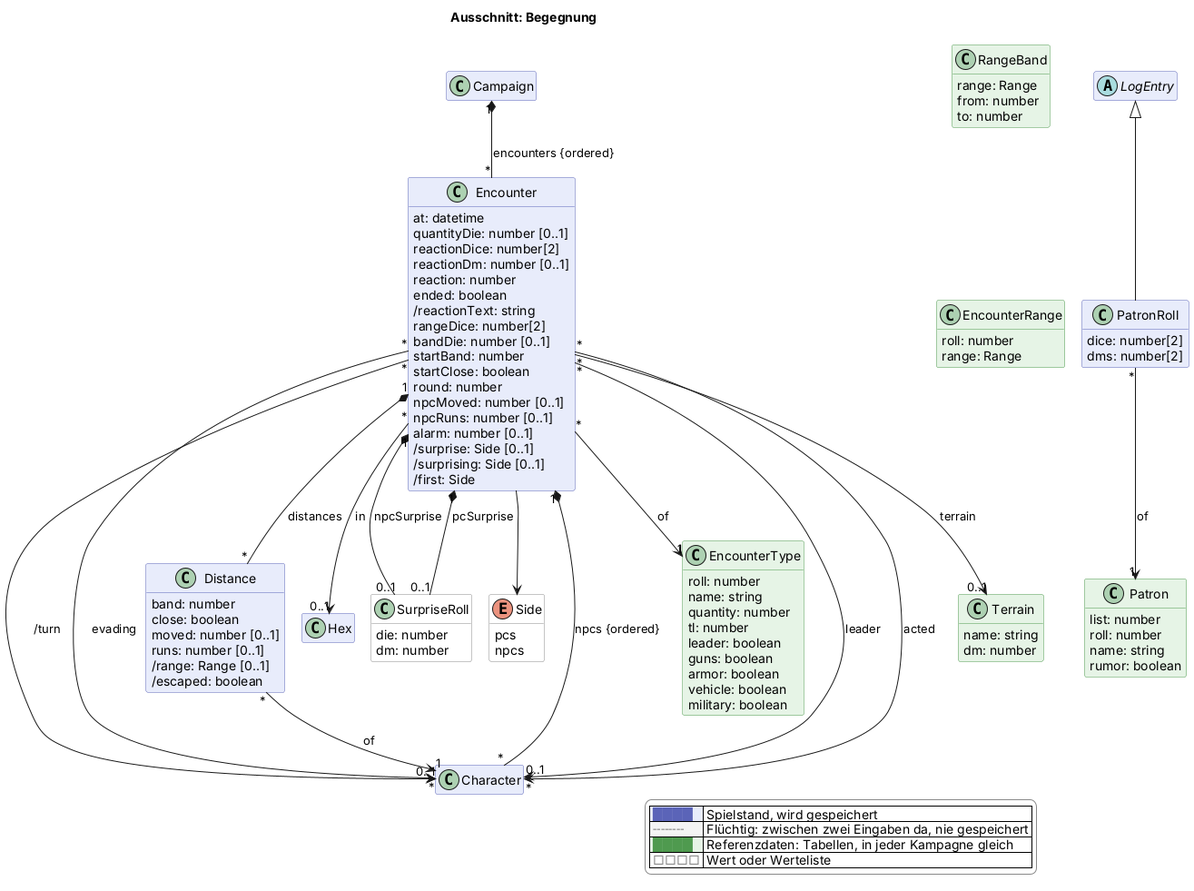
This is docs/views/begegnung.png from scuzzar/SRE, a PlantUML export, as it was before one commit.
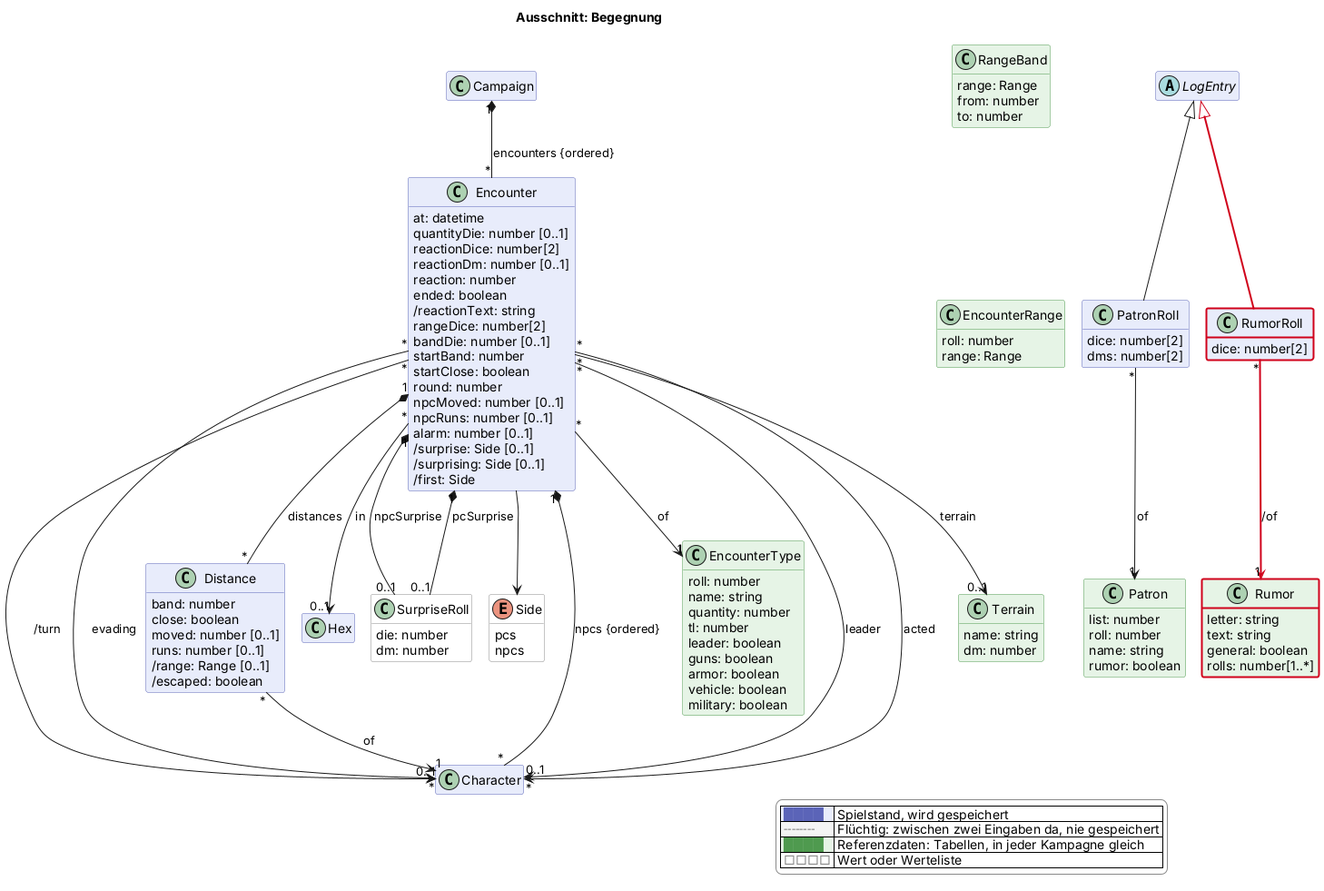
After the change.

Diff of the diagram source:
```diff
@@ -77,6 +77,9 @@
     dice: number[2]
     dms: number[2]
   }
+  class RumorRoll $begegnung $newClass("2026-11-12b") {
+    dice: number[2]
+  }
 
   class Encounter $begegnung {
     at: datetime
@@ -144,6 +147,12 @@
     name: string
     rumor: boolean
   }
+  class Rumor <<reference>> $begegnung $newClass("2026-11-12b") {
+    letter: string
+    text: string
+    general: boolean
+    rolls: number[1..*]
+  }
 
 
 
@@ -154,6 +163,8 @@
 
 LogEntry <|-- PatronRoll
 PatronRoll "*" --> "1" Patron : of
+LogEntry <|-$newArrow("2026-11-12b")- RumorRoll
+RumorRoll "*" -$newArrow("2026-11-12b")-> "1" Rumor : /of
 
 
 
```
